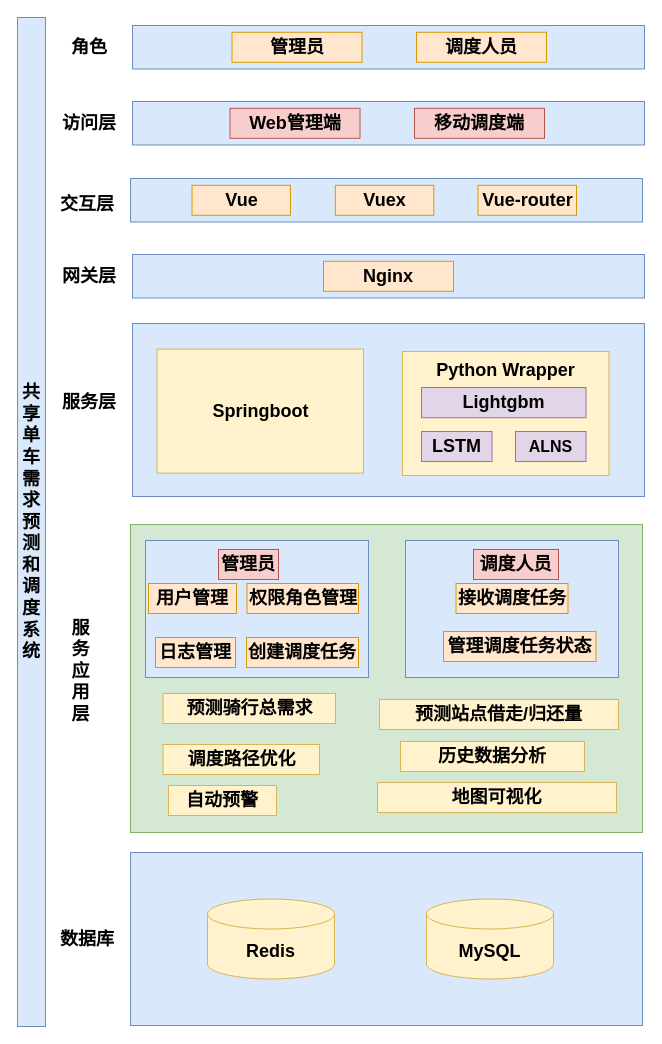
Lxlorange/drawio keeps this draw.io diagram as 车辆架构图.drawio. Above is the earlier version. Source tidied: cells renumbered, new cells numbered last; positions are measured from the earlier drawing's top-left corner, leaving out a move shared by most shapes. Both pictures are drawn from the tidied source at 100%, with x=0, y=0 at pixel (17, 17).
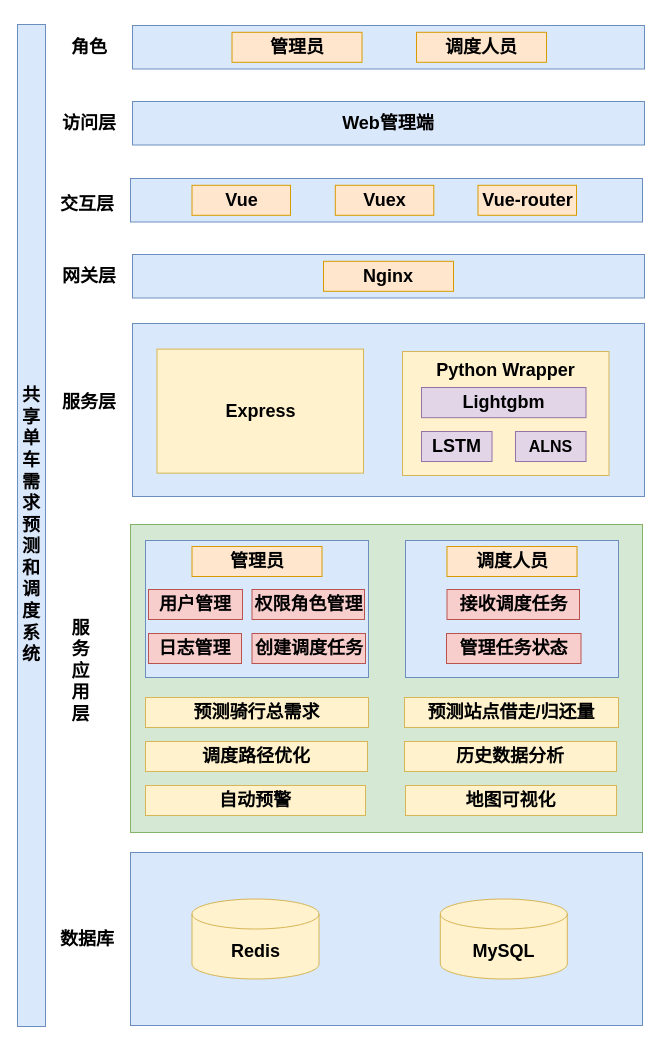
The same diagram, later.

Commit message (it also covers changes not shown here):
Update 车辆架构图.drawio

Diff of the diagram source:
```diff
@@
     <mxCell id="2" value="&lt;div&gt;&lt;div&gt;&lt;div&gt;&lt;font style=&quot;&quot;&gt;&lt;div style=&quot;&quot;&gt;&lt;span style=&quot;font-size: 18px;&quot;&gt;&lt;b&gt;共享单车需求预测和调度系统&lt;/b&gt;&lt;/span&gt;&lt;/div&gt;&lt;/font&gt;&lt;/div&gt;&lt;/div&gt;&lt;/div&gt;" style="rounded=0;whiteSpace=wrap;html=1;fillColor=#dae8fc;strokeColor=#6c8ebf;" parent="1" vertex="1">
-      <mxGeometry width="28" height="1009" as="geometry" />
+      <mxGeometry y="7" width="28" height="1002" as="geometry" />
     </mxCell>
@@
-    <mxCell id="4" style="rounded=0;whiteSpace=wrap;html=1;fillColor=#dae8fc;strokeColor=#6c8ebf;" parent="1" vertex="1">
+    <mxCell id="4" value="&lt;b style=&quot;font-size: 18px;&quot;&gt;Web管理端&lt;/b&gt;" style="rounded=0;whiteSpace=wrap;html=1;fillColor=#dae8fc;strokeColor=#6c8ebf;" parent="1" vertex="1">
       <mxGeometry x="115" y="84" width="512" height="43.5" as="geometry" />
     </mxCell>
@@
-    <mxCell id="6" value="&lt;font style=&quot;font-size: 18px;&quot;&gt;&lt;b style=&quot;&quot;&gt;Web管理端&lt;/b&gt;&lt;/font&gt;" style="text;html=1;align=center;verticalAlign=middle;whiteSpace=wrap;rounded=0;fillColor=#f8cecc;strokeColor=#b85450;" parent="1" vertex="1">
-      <mxGeometry x="212.5" y="90.8" width="130" height="30" as="geometry" />
-    </mxCell>
@@
-    <mxCell id="8" value="&lt;font style=&quot;font-size: 18px;&quot;&gt;&lt;b style=&quot;&quot;&gt;移动调度端&lt;/b&gt;&lt;/font&gt;" style="text;html=1;align=center;verticalAlign=middle;whiteSpace=wrap;rounded=0;fillColor=#f8cecc;strokeColor=#b85450;" parent="1" vertex="1">
-      <mxGeometry x="397" y="90.8" width="130" height="30" as="geometry" />
-    </mxCell>
@@
-    <mxCell id="14" value="&lt;font style=&quot;font-size: 18px;&quot;&gt;&lt;b style=&quot;&quot;&gt;Springboot&lt;/b&gt;&lt;/font&gt;" style="text;html=1;align=center;verticalAlign=middle;whiteSpace=wrap;rounded=0;fillColor=#fff2cc;strokeColor=#d6b656;" parent="1" vertex="1">
+    <mxCell id="14" value="&lt;span style=&quot;font-size: 18px;&quot;&gt;&lt;b&gt;Express&lt;/b&gt;&lt;/span&gt;" style="text;html=1;align=center;verticalAlign=middle;whiteSpace=wrap;rounded=0;fillColor=#fff2cc;strokeColor=#d6b656;" parent="1" vertex="1">
       <mxGeometry x="139.5" y="331.6" width="206.5" height="124" as="geometry" />
     </mxCell>
@@
-    <mxCell id="18" value="&lt;b&gt;&lt;font style=&quot;font-size: 18px;&quot;&gt;管理员&lt;/font&gt;&lt;/b&gt;" style="text;html=1;align=center;verticalAlign=middle;whiteSpace=wrap;rounded=0;fillColor=#f8cecc;strokeColor=#b85450;" parent="1" vertex="1">
-      <mxGeometry x="201" y="532" width="60" height="30" as="geometry" />
-    </mxCell>
@@
-    <mxCell id="20" value="&lt;b&gt;&lt;font style=&quot;font-size: 18px;&quot;&gt;调度人员&lt;/font&gt;&lt;/b&gt;" style="text;html=1;align=center;verticalAlign=middle;whiteSpace=wrap;rounded=0;fillColor=#f8cecc;strokeColor=#b85450;" parent="1" vertex="1">
-      <mxGeometry x="456" y="532" width="85" height="30" as="geometry" />
-    </mxCell>
-    <mxCell id="21" value="&lt;font style=&quot;font-size: 18px;&quot;&gt;&lt;b style=&quot;&quot;&gt;用户管理&lt;/b&gt;&lt;/font&gt;" style="text;html=1;align=center;verticalAlign=middle;whiteSpace=wrap;rounded=0;fillColor=#ffe6cc;strokeColor=#d79b00;" parent="1" vertex="1">
-      <mxGeometry x="131" y="566" width="88" height="30" as="geometry" />
+    <mxCell id="21" value="&lt;font style=&quot;font-size: 18px;&quot;&gt;&lt;b style=&quot;&quot;&gt;用户管理&lt;/b&gt;&lt;/font&gt;" style="text;html=1;align=center;verticalAlign=middle;whiteSpace=wrap;rounded=0;fillColor=#f8cecc;strokeColor=#b85450;" parent="1" vertex="1">
+      <mxGeometry x="131" y="572" width="94" height="30" as="geometry" />
     </mxCell>
-    <mxCell id="22" value="&lt;font style=&quot;font-size: 18px;&quot;&gt;&lt;b style=&quot;&quot;&gt;权限角色管理&lt;/b&gt;&lt;/font&gt;" style="text;html=1;align=center;verticalAlign=middle;whiteSpace=wrap;rounded=0;fillColor=#ffe6cc;strokeColor=#d79b00;" parent="1" vertex="1">
-      <mxGeometry x="229.5" y="566" width="111.5" height="30" as="geometry" />
+    <mxCell id="22" value="&lt;font style=&quot;font-size: 18px;&quot;&gt;&lt;b style=&quot;&quot;&gt;权限角色管理&lt;/b&gt;&lt;/font&gt;" style="text;html=1;align=center;verticalAlign=middle;whiteSpace=wrap;rounded=0;fillColor=#f8cecc;strokeColor=#b85450;" parent="1" vertex="1">
+      <mxGeometry x="234.5" y="572" width="112.5" height="30" as="geometry" />
     </mxCell>
-    <mxCell id="23" value="&lt;font style=&quot;font-size: 18px;&quot;&gt;&lt;b style=&quot;&quot;&gt;日志管理&lt;/b&gt;&lt;/font&gt;" style="text;html=1;align=center;verticalAlign=middle;whiteSpace=wrap;rounded=0;fillColor=#ffe6cc;strokeColor=#d79b00;" parent="1" vertex="1">
-      <mxGeometry x="138" y="620" width="80" height="30" as="geometry" />
+    <mxCell id="23" value="&lt;font style=&quot;font-size: 18px;&quot;&gt;&lt;b style=&quot;&quot;&gt;日志管理&lt;/b&gt;&lt;/font&gt;" style="text;html=1;align=center;verticalAlign=middle;whiteSpace=wrap;rounded=0;fillColor=#f8cecc;strokeColor=#b85450;" parent="1" vertex="1">
+      <mxGeometry x="131" y="616" width="93" height="30" as="geometry" />
     </mxCell>
-    <mxCell id="24" value="&lt;font style=&quot;font-size: 18px;&quot;&gt;&lt;b style=&quot;&quot;&gt;创建调度任务&lt;/b&gt;&lt;/font&gt;" style="text;html=1;align=center;verticalAlign=middle;whiteSpace=wrap;rounded=0;fillColor=#ffe6cc;strokeColor=#d79b00;" parent="1" vertex="1">
-      <mxGeometry x="229" y="620" width="112" height="30" as="geometry" />
+    <mxCell id="24" value="&lt;font style=&quot;font-size: 18px;&quot;&gt;&lt;b style=&quot;&quot;&gt;创建调度任务&lt;/b&gt;&lt;/font&gt;" style="text;html=1;align=center;verticalAlign=middle;whiteSpace=wrap;rounded=0;fillColor=#f8cecc;strokeColor=#b85450;" parent="1" vertex="1">
+      <mxGeometry x="234.5" y="616" width="113.5" height="30" as="geometry" />
     </mxCell>
-    <mxCell id="25" value="&lt;font style=&quot;font-size: 18px;&quot;&gt;&lt;b style=&quot;&quot;&gt;接收调度任务&lt;/b&gt;&lt;/font&gt;" style="text;html=1;align=center;verticalAlign=middle;whiteSpace=wrap;rounded=0;fillColor=#ffe6cc;strokeColor=#d79b00;" parent="1" vertex="1">
-      <mxGeometry x="438.5" y="566" width="112" height="30" as="geometry" />
+    <mxCell id="25" value="&lt;font style=&quot;font-size: 18px;&quot;&gt;&lt;b style=&quot;&quot;&gt;接收调度任务&lt;/b&gt;&lt;/font&gt;" style="text;html=1;align=center;verticalAlign=middle;whiteSpace=wrap;rounded=0;fillColor=#f8cecc;strokeColor=#b85450;" parent="1" vertex="1">
+      <mxGeometry x="429.5" y="572" width="132.5" height="30" as="geometry" />
     </mxCell>
-    <mxCell id="26" value="&lt;font style=&quot;font-size: 18px;&quot;&gt;&lt;b style=&quot;&quot;&gt;管理调度任务状态&lt;/b&gt;&lt;/font&gt;" style="text;html=1;align=center;verticalAlign=middle;whiteSpace=wrap;rounded=0;fillColor=#ffe6cc;strokeColor=#d79b00;" parent="1" vertex="1">
-      <mxGeometry x="426" y="614" width="152.5" height="30" as="geometry" />
+    <mxCell id="26" value="&lt;font style=&quot;font-size: 18px;&quot;&gt;&lt;b style=&quot;&quot;&gt;管理任务状态&lt;/b&gt;&lt;/font&gt;" style="text;html=1;align=center;verticalAlign=middle;whiteSpace=wrap;rounded=0;fillColor=#f8cecc;strokeColor=#b85450;" parent="1" vertex="1">
+      <mxGeometry x="429" y="616" width="134.5" height="30" as="geometry" />
     </mxCell>
     <mxCell id="27" value="&lt;div style=&quot;font-size: medium; text-align: start;&quot;&gt;&lt;/div&gt;&lt;div style=&quot;text-align: start;&quot; class=&quot;document&quot;&gt;&lt;div style=&quot;&quot; class=&quot;section&quot;&gt;&lt;h3 style=&quot;text-align: justify; line-height: 1.72; margin: 13pt 0pt;&quot; class=&quot;paragraph text-align-type-justify tco-title-heading 3&quot;&gt;&lt;span style=&quot;letter-spacing: 0pt; vertical-align: baseline;&quot;&gt;&lt;font style=&quot;font-size: 18px;&quot; face=&quot;Helvetica&quot;&gt;预测骑行总需求&lt;/font&gt;&lt;/span&gt;&lt;/h3&gt;&lt;/div&gt;&lt;/div&gt;" style="text;html=1;align=center;verticalAlign=middle;whiteSpace=wrap;rounded=0;fillColor=#fff2cc;strokeColor=#d6b656;" parent="1" vertex="1">
-      <mxGeometry x="145.5" y="676" width="172.5" height="30" as="geometry" />
+      <mxGeometry x="128" y="680" width="223" height="30" as="geometry" />
     </mxCell>
     <mxCell id="28" value="&lt;div style=&quot;font-size: medium; text-align: start;&quot;&gt;&lt;/div&gt;&lt;div style=&quot;text-align: start;&quot; class=&quot;document&quot;&gt;&lt;div style=&quot;&quot; class=&quot;section&quot;&gt;&lt;h3 style=&quot;text-align: justify; line-height: 1.72; margin: 13pt 0pt;&quot; class=&quot;paragraph text-align-type-justify tco-title-heading 3&quot;&gt;&lt;span style=&quot;letter-spacing: 0pt; vertical-align: baseline;&quot;&gt;&lt;font style=&quot;font-size: 18px;&quot; face=&quot;Helvetica&quot;&gt;预测站点借走/归还量&lt;/font&gt;&lt;/span&gt;&lt;/h3&gt;&lt;/div&gt;&lt;/div&gt;" style="text;html=1;align=center;verticalAlign=middle;whiteSpace=wrap;rounded=0;fillColor=#fff2cc;strokeColor=#d6b656;" parent="1" vertex="1">
-      <mxGeometry x="362" y="682" width="239" height="30" as="geometry" />
+      <mxGeometry x="387" y="680" width="214" height="30" as="geometry" />
     </mxCell>
     <mxCell id="29" value="&lt;div style=&quot;font-size: medium; text-align: start;&quot;&gt;&lt;/div&gt;&lt;div style=&quot;text-align: start;&quot; class=&quot;document&quot;&gt;&lt;div style=&quot;&quot; class=&quot;section&quot;&gt;&lt;h3 style=&quot;text-align: justify; line-height: 1.72; margin: 13pt 0pt;&quot; class=&quot;paragraph text-align-type-justify tco-title-heading 3&quot;&gt;&lt;span style=&quot;letter-spacing: 0pt; vertical-align: baseline;&quot;&gt;&lt;font style=&quot;font-size: 18px;&quot; face=&quot;Helvetica&quot;&gt;调度路径优化&lt;/font&gt;&lt;/span&gt;&lt;/h3&gt;&lt;/div&gt;&lt;/div&gt;" style="text;html=1;align=center;verticalAlign=middle;whiteSpace=wrap;rounded=0;fillColor=#fff2cc;strokeColor=#d6b656;" parent="1" vertex="1">
-      <mxGeometry x="145.5" y="727" width="156.5" height="30" as="geometry" />
+      <mxGeometry x="128" y="724" width="222" height="30" as="geometry" />
     </mxCell>
     <mxCell id="30" value="&lt;div style=&quot;font-size: medium; text-align: start;&quot;&gt;&lt;/div&gt;&lt;div style=&quot;text-align: start;&quot; class=&quot;document&quot;&gt;&lt;div style=&quot;&quot; class=&quot;section&quot;&gt;&lt;h3 style=&quot;text-align: justify; line-height: 1.72; margin: 13pt 0pt;&quot; class=&quot;paragraph text-align-type-justify tco-title-heading 3&quot;&gt;&lt;span style=&quot;letter-spacing: 0pt; vertical-align: baseline;&quot;&gt;&lt;font style=&quot;font-size: 18px;&quot; face=&quot;Helvetica&quot;&gt;自动预警&lt;/font&gt;&lt;/span&gt;&lt;/h3&gt;&lt;/div&gt;&lt;/div&gt;" style="text;html=1;align=center;verticalAlign=middle;whiteSpace=wrap;rounded=0;fillColor=#fff2cc;strokeColor=#d6b656;" parent="1" vertex="1">
-      <mxGeometry x="151" y="768" width="108" height="30" as="geometry" />
+      <mxGeometry x="128" y="768" width="220" height="30" as="geometry" />
     </mxCell>
     <mxCell id="31" value="&lt;div style=&quot;font-size: medium; text-align: start;&quot;&gt;&lt;/div&gt;&lt;div style=&quot;text-align: start;&quot; class=&quot;document&quot;&gt;&lt;div style=&quot;&quot; class=&quot;section&quot;&gt;&lt;h3 style=&quot;text-align: justify; line-height: 1.72; margin: 13pt 0pt;&quot; class=&quot;paragraph text-align-type-justify tco-title-heading 3&quot;&gt;&lt;span style=&quot;letter-spacing: 0pt; vertical-align: baseline;&quot;&gt;&lt;font style=&quot;font-size: 18px;&quot; face=&quot;Helvetica&quot;&gt;历史数据分析&lt;/font&gt;&lt;/span&gt;&lt;/h3&gt;&lt;/div&gt;&lt;/div&gt;" style="text;html=1;align=center;verticalAlign=middle;whiteSpace=wrap;rounded=0;fillColor=#fff2cc;strokeColor=#d6b656;" parent="1" vertex="1">
-      <mxGeometry x="383" y="724" width="184" height="30" as="geometry" />
+      <mxGeometry x="387" y="724" width="212" height="30" as="geometry" />
     </mxCell>
     <mxCell id="32" value="&lt;div style=&quot;font-size: medium; text-align: start;&quot;&gt;&lt;/div&gt;&lt;div style=&quot;text-align: start;&quot; class=&quot;document&quot;&gt;&lt;div style=&quot;&quot; class=&quot;section&quot;&gt;&lt;h3 style=&quot;text-align: justify; line-height: 1.72; margin: 13pt 0pt;&quot; class=&quot;paragraph text-align-type-justify tco-title-heading 3&quot;&gt;&lt;span style=&quot;letter-spacing: 0pt; vertical-align: baseline;&quot;&gt;&lt;font style=&quot;font-size: 18px;&quot; face=&quot;Helvetica&quot;&gt;地图可视化&lt;/font&gt;&lt;/span&gt;&lt;/h3&gt;&lt;/div&gt;&lt;/div&gt;" style="text;html=1;align=center;verticalAlign=middle;whiteSpace=wrap;rounded=0;fillColor=#fff2cc;strokeColor=#d6b656;" parent="1" vertex="1">
-      <mxGeometry x="360" y="765" width="239" height="30" as="geometry" />
+      <mxGeometry x="388" y="768" width="211" height="30" as="geometry" />
     </mxCell>
@@
     <mxCell id="35" value="&lt;font style=&quot;font-size: 18px;&quot;&gt;&lt;b&gt;MySQL&lt;/b&gt;&lt;/font&gt;" style="shape=cylinder3;whiteSpace=wrap;html=1;boundedLbl=1;backgroundOutline=1;size=15;fillColor=#fff2cc;strokeColor=#d6b656;" parent="1" vertex="1">
-      <mxGeometry x="409" y="881.5" width="127" height="80" as="geometry" />
+      <mxGeometry x="422.8" y="881.5" width="127" height="80" as="geometry" />
     </mxCell>
     <mxCell id="36" value="&lt;font style=&quot;font-size: 18px;&quot;&gt;&lt;b&gt;Redis&lt;/b&gt;&lt;/font&gt;" style="shape=cylinder3;whiteSpace=wrap;html=1;boundedLbl=1;backgroundOutline=1;size=15;fillColor=#fff2cc;strokeColor=#d6b656;" parent="1" vertex="1">
-      <mxGeometry x="190" y="881.5" width="127" height="80" as="geometry" />
+      <mxGeometry x="174.5" y="881.5" width="127" height="80" as="geometry" />
     </mxCell>
@@
+    <mxCell id="18" value="&lt;font style=&quot;font-size: 18px;&quot;&gt;&lt;b&gt;管理员&lt;/b&gt;&lt;/font&gt;" style="text;html=1;align=center;verticalAlign=middle;whiteSpace=wrap;rounded=0;fillColor=#ffe6cc;strokeColor=#d79b00;" parent="1" vertex="1">
+      <mxGeometry x="174.5" y="529" width="130" height="30" as="geometry" />
+    </mxCell>
+    <mxCell id="20" value="&lt;font style=&quot;font-size: 18px;&quot;&gt;&lt;b&gt;调度人员&lt;/b&gt;&lt;/font&gt;" style="text;html=1;align=center;verticalAlign=middle;whiteSpace=wrap;rounded=0;fillColor=#ffe6cc;strokeColor=#d79b00;" parent="1" vertex="1">
+      <mxGeometry x="429.5" y="529" width="130" height="30" as="geometry" />
+    </mxCell>
```
